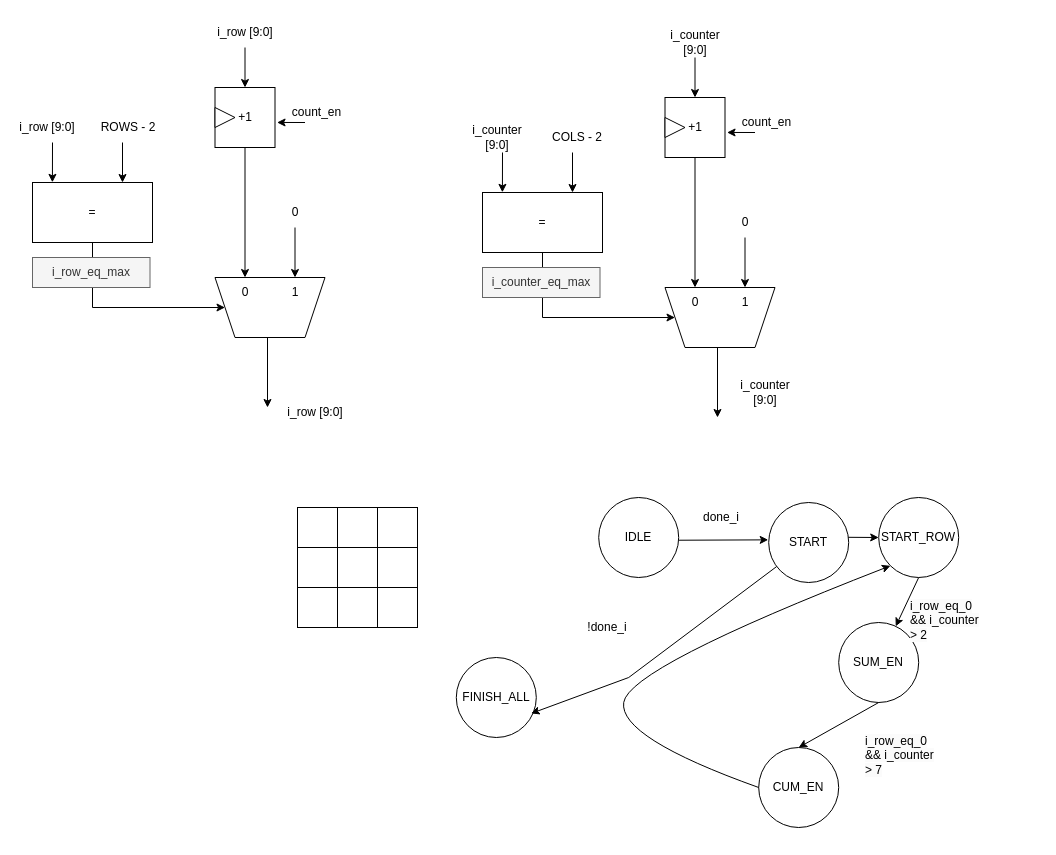
Hieuueihm/Thesis keeps this draw.io diagram as Draw/PreparationModules/Window_buffer_3x3.drawio. Above is the earlier version. Source tidied: cells renumbered, new cells numbered last; positions are measured from the earlier drawing's top-left corner, leaving out a move shared by most shapes. Both pictures are drawn from the tidied source at 100%, with x=0, y=0 at pixel (17, 17).
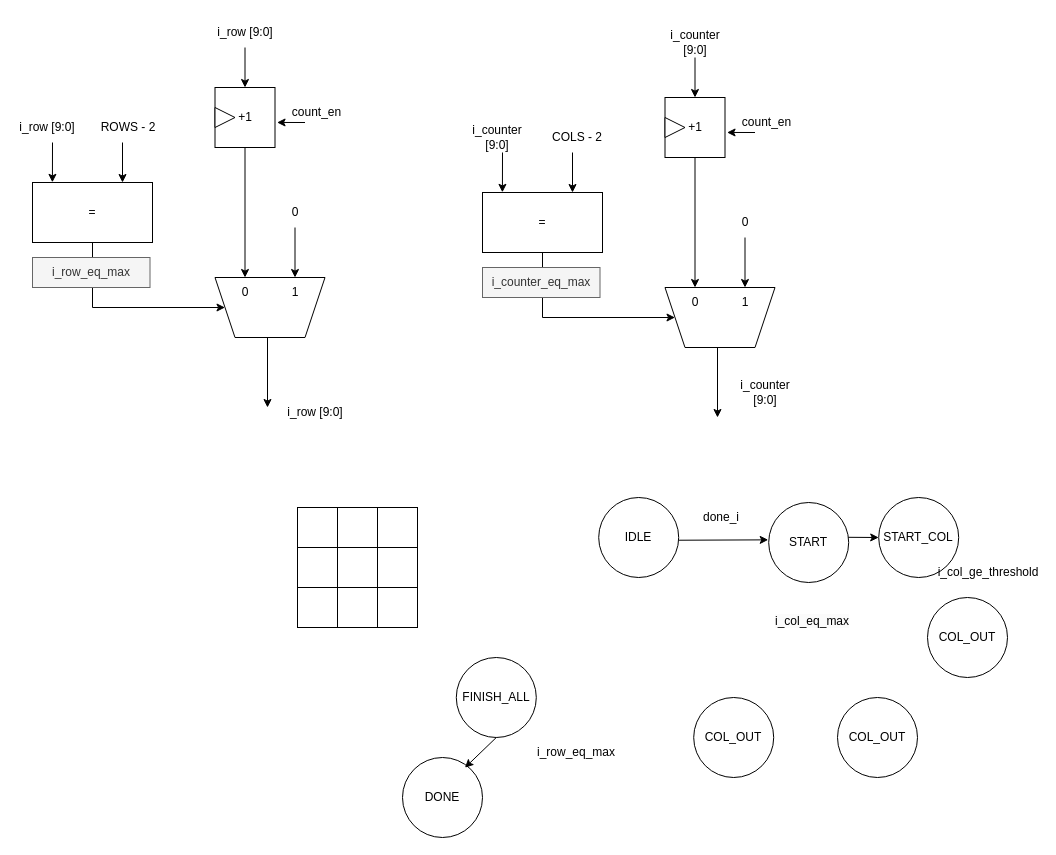
The same page after the edit.

Unchanged cells that the change refers to:
```xml
<mxCell id="55" value="START" style="ellipse;whiteSpace=wrap;html=1;" parent="1" vertex="1">
  <mxGeometry x="751.2" y="485" width="80" height="80" as="geometry" />
</mxCell>
<mxCell id="60" value="FINISH_ALL" style="ellipse;whiteSpace=wrap;html=1;" parent="1" vertex="1">
  <mxGeometry x="438.8" y="640" width="80" height="80" as="geometry" />
</mxCell>
```

What changed in the source:
```diff
@@
-    <mxCell id="57" style="endArrow=classic;html=1;rounded=0;exitX=0.5;exitY=1;exitDx=0;exitDy=0;" parent="1" edge="1" source="67" target="58">
-      <mxGeometry relative="1" as="geometry" />
-    </mxCell>
-    <mxCell id="58" value="SUM_EN" style="ellipse;whiteSpace=wrap;html=1;direction=south;" parent="1" vertex="1">
-      <mxGeometry x="821.2" y="605" width="80" height="80" as="geometry" />
-    </mxCell>
-    <mxCell id="59" value="CUM_EN" style="ellipse;whiteSpace=wrap;html=1;" parent="1" vertex="1">
-      <mxGeometry x="741.2" y="730" width="80" height="80" as="geometry" />
-    </mxCell>
@@
-    <mxCell id="61" value="&lt;span style=&quot;color: rgb(0, 0, 0); font-family: Helvetica; font-size: 12px; font-style: normal; font-variant-ligatures: normal; font-variant-caps: normal; font-weight: 400; letter-spacing: normal; orphans: 2; text-align: center; text-indent: 0px; text-transform: none; widows: 2; word-spacing: 0px; -webkit-text-stroke-width: 0px; white-space: normal; background-color: rgb(251, 251, 251); text-decoration-thickness: initial; text-decoration-style: initial; text-decoration-color: initial; display: inline !important; float: none;&quot;&gt;i_row_eq_0 &amp;amp;&amp;amp; i_counter &amp;gt; 2&lt;/span&gt;" style="text;whiteSpace=wrap;html=1;" parent="1" vertex="1">
-      <mxGeometry x="891.2" y="575" width="75" height="30" as="geometry" />
+    <mxCell id="61" value="&lt;span style=&quot;color: rgb(0, 0, 0); font-family: Helvetica; font-size: 12px; font-style: normal; font-variant-ligatures: normal; font-variant-caps: normal; font-weight: 400; letter-spacing: normal; orphans: 2; text-align: center; text-indent: 0px; text-transform: none; widows: 2; word-spacing: 0px; -webkit-text-stroke-width: 0px; white-space: normal; background-color: rgb(251, 251, 251); text-decoration-thickness: initial; text-decoration-style: initial; text-decoration-color: initial; float: none; display: inline !important;&quot;&gt;i_col_eq_max&lt;/span&gt;" style="text;whiteSpace=wrap;html=1;" parent="1" vertex="1">
+      <mxGeometry x="756.2" y="590" width="75" height="30" as="geometry" />
     </mxCell>
-    <mxCell id="62" style="endArrow=classic;html=1;rounded=0;exitX=1;exitY=0.5;exitDx=0;exitDy=0;entryX=0.5;entryY=0;entryDx=0;entryDy=0;" parent="1" edge="1" source="58" target="59">
-      <mxGeometry relative="1" as="geometry" />
-    </mxCell>
-    <mxCell id="63" value="&lt;span style=&quot;color: rgb(0, 0, 0); font-family: Helvetica; font-size: 12px; font-style: normal; font-variant-ligatures: normal; font-variant-caps: normal; font-weight: 400; letter-spacing: normal; orphans: 2; text-align: center; text-indent: 0px; text-transform: none; widows: 2; word-spacing: 0px; -webkit-text-stroke-width: 0px; white-space: normal; background-color: rgb(251, 251, 251); text-decoration-thickness: initial; text-decoration-style: initial; text-decoration-color: initial; display: inline !important; float: none;&quot;&gt;i_row_eq_0 &amp;amp;&amp;amp; i_counter &amp;gt; 7&lt;/span&gt;" style="text;whiteSpace=wrap;html=1;" parent="1" vertex="1">
-      <mxGeometry x="846.2" y="710" width="75" height="30" as="geometry" />
-    </mxCell>
-    <mxCell id="64" style="endArrow=classic;html=1;rounded=0;entryX=0.936;entryY=0.699;entryDx=0;entryDy=0;entryPerimeter=0;" parent="1" edge="1" source="55" target="60">
-      <mxGeometry relative="1" as="geometry">
-        <Array as="points">
-          <mxPoint x="611.2" y="660" />
-        </Array>
-      </mxGeometry>
-    </mxCell>
-    <mxCell id="65" value="!done_i" style="text;html=1;align=center;verticalAlign=middle;whiteSpace=wrap;rounded=0;" parent="1" vertex="1">
-      <mxGeometry x="541.2" y="595" width="97.5" height="30" as="geometry" />
+    <mxCell id="65" value="i_row_eq_max" style="text;html=1;align=center;verticalAlign=middle;whiteSpace=wrap;rounded=0;" parent="1" vertex="1">
+      <mxGeometry x="510" y="720" width="97.5" height="30" as="geometry" />
     </mxCell>
-    <mxCell id="66" style="curved=1;endArrow=classic;html=1;rounded=0;exitX=0;exitY=0.5;exitDx=0;exitDy=0;entryX=0;entryY=1;entryDx=0;entryDy=0;" parent="1" edge="1" source="59" target="67">
-      <mxGeometry relative="1" as="geometry">
-        <Array as="points">
-          <mxPoint x="601.2" y="720" />
-          <mxPoint x="611.2" y="650" />
-        </Array>
-      </mxGeometry>
-    </mxCell>
-    <mxCell id="67" value="START_ROW" style="ellipse;whiteSpace=wrap;html=1;" parent="1" vertex="1">
+    <mxCell id="67" value="START_COL" style="ellipse;whiteSpace=wrap;html=1;" parent="1" vertex="1">
       <mxGeometry x="861.2" y="480" width="80" height="80" as="geometry" />
     </mxCell>
@@
+    <mxCell id="69" value="DONE" style="ellipse;whiteSpace=wrap;html=1;" parent="1" vertex="1">
+      <mxGeometry x="385" y="740" width="80" height="80" as="geometry" />
+    </mxCell>
+    <mxCell id="70" style="endArrow=classic;html=1;rounded=0;exitX=0.5;exitY=1;exitDx=0;exitDy=0;entryX=0.781;entryY=0.127;entryDx=0;entryDy=0;entryPerimeter=0;" parent="1" edge="1" source="60" target="69">
+      <mxGeometry relative="1" as="geometry" />
+    </mxCell>
+    <mxCell id="71" value="COL_OUT" style="ellipse;whiteSpace=wrap;html=1;" parent="1" vertex="1">
+      <mxGeometry x="910" y="580" width="80" height="80" as="geometry" />
+    </mxCell>
+    <mxCell id="72" value="i_col_ge_threshold" style="text;html=1;align=center;verticalAlign=middle;whiteSpace=wrap;rounded=0;" parent="1" vertex="1">
+      <mxGeometry x="941.2" y="540" width="60" height="30" as="geometry" />
+    </mxCell>
+    <mxCell id="73" value="COL_OUT" style="ellipse;whiteSpace=wrap;html=1;" parent="1" vertex="1">
+      <mxGeometry x="820" y="680" width="80" height="80" as="geometry" />
+    </mxCell>
+    <mxCell id="74" value="COL_OUT" style="ellipse;whiteSpace=wrap;html=1;" parent="1" vertex="1">
+      <mxGeometry x="676.2" y="680" width="80" height="80" as="geometry" />
+    </mxCell>
```
